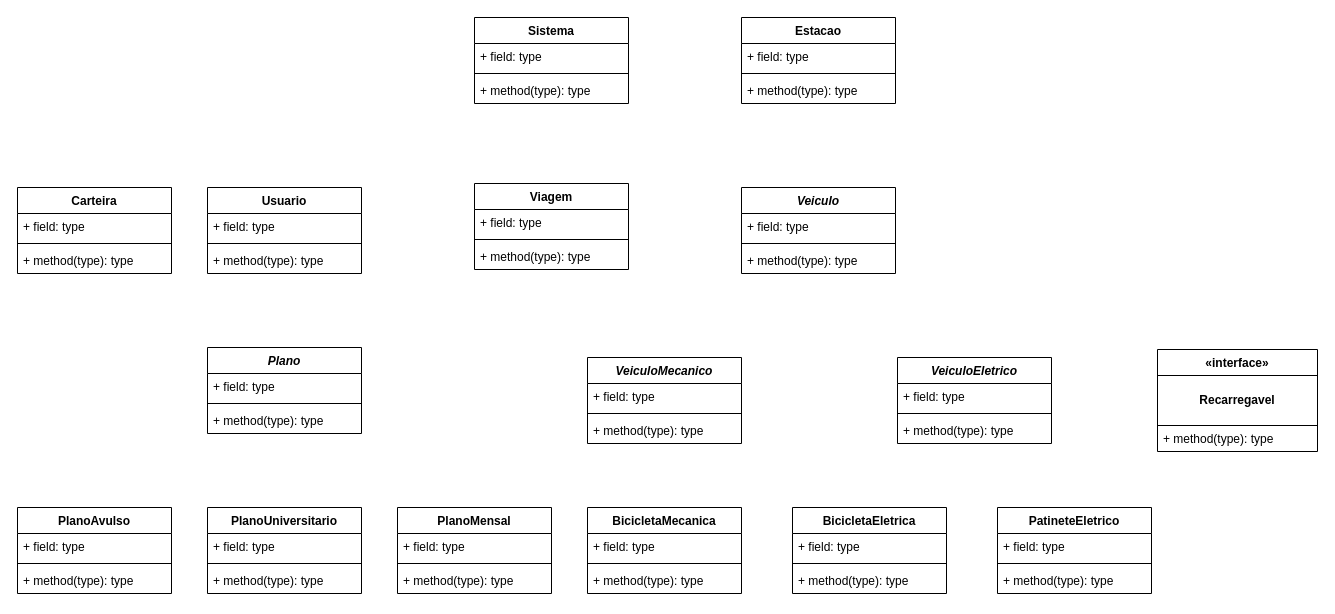
kaykealvessouza/GiroBlu keeps this draw.io diagram as ConteudoEscrito/DiagramaGiroBlu.drawio. Above is the earlier version. Source tidied: cells renumbered, new cells numbered last; positions are measured from the earlier drawing's top-left corner, leaving out a move shared by most shapes. Both pictures are drawn from the tidied source at 100%, with x=0, y=0 at pixel (17, 17).
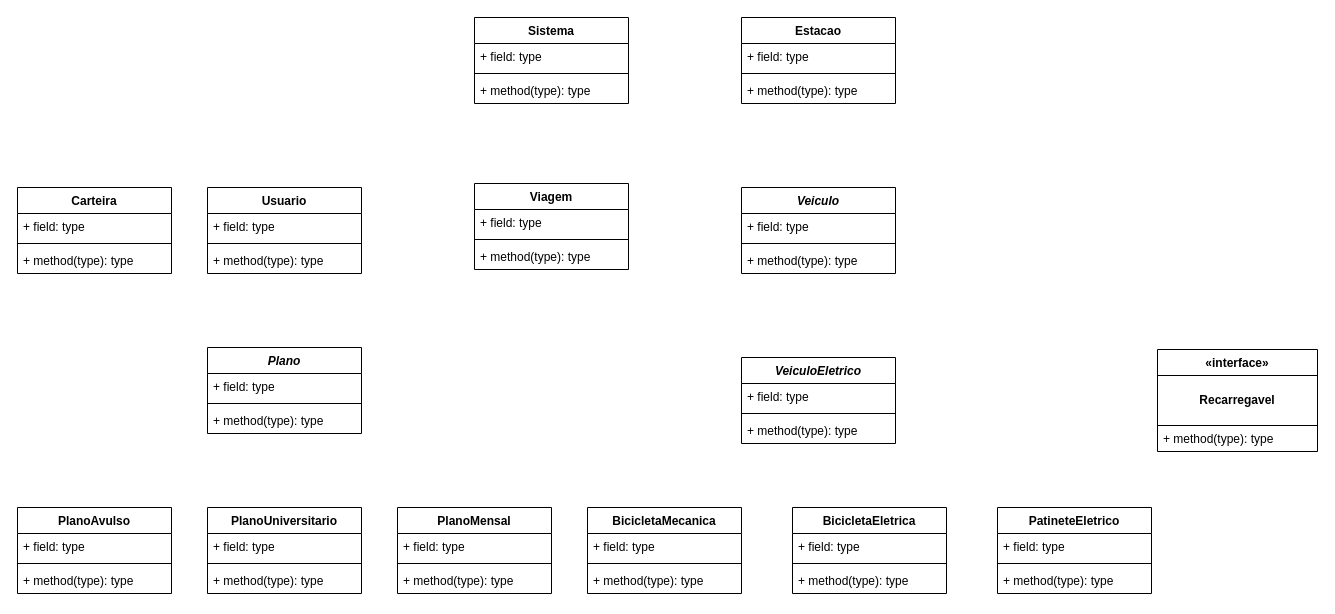
The same diagram, later.

Commit message (it also covers changes not shown here):
docs: Atualizando Anotações

Change to the diagram source:
```diff
@@
-    <mxCell id="18" value="&lt;i&gt;VeiculoMecanico&lt;/i&gt;" style="swimlane;fontStyle=1;align=center;verticalAlign=top;horizontal=1;startSize=26;whiteSpace=wrap;html=1;" parent="1" vertex="1">
-      <mxGeometry x="570" y="340" width="154" height="86" as="geometry" />
-    </mxCell>
-    <mxCell id="19" value="+ field: type" style="text;strokeColor=none;fillColor=none;align=left;verticalAlign=top;spacingLeft=4;spacingRight=4;overflow=hidden;whiteSpace=wrap;html=1;" parent="18" vertex="1">
-      <mxGeometry y="26" width="154" height="26" as="geometry" />
-    </mxCell>
-    <mxCell id="20" style="line;strokeWidth=1;fillColor=none;align=left;verticalAlign=middle;spacingTop=-1;spacingLeft=3;spacingRight=3;labelPosition=right;strokeColor=inherit;labelPerimeter=1;" parent="18" vertex="1">
-      <mxGeometry y="52" width="154" height="8" as="geometry" />
-    </mxCell>
-    <mxCell id="21" value="+ method(type): type" style="text;strokeColor=none;fillColor=none;align=left;verticalAlign=top;spacingLeft=4;spacingRight=4;overflow=hidden;whiteSpace=wrap;html=1;" parent="18" vertex="1">
-      <mxGeometry y="60" width="154" height="26" as="geometry" />
-    </mxCell>
     <mxCell id="22" value="&lt;i&gt;VeiculoEletrico&lt;/i&gt;" style="swimlane;fontStyle=1;align=center;verticalAlign=top;horizontal=1;startSize=26;whiteSpace=wrap;html=1;" parent="1" vertex="1">
-      <mxGeometry x="880" y="340" width="154" height="86" as="geometry" />
+      <mxGeometry x="724" y="340" width="154" height="86" as="geometry" />
     </mxCell>
```
